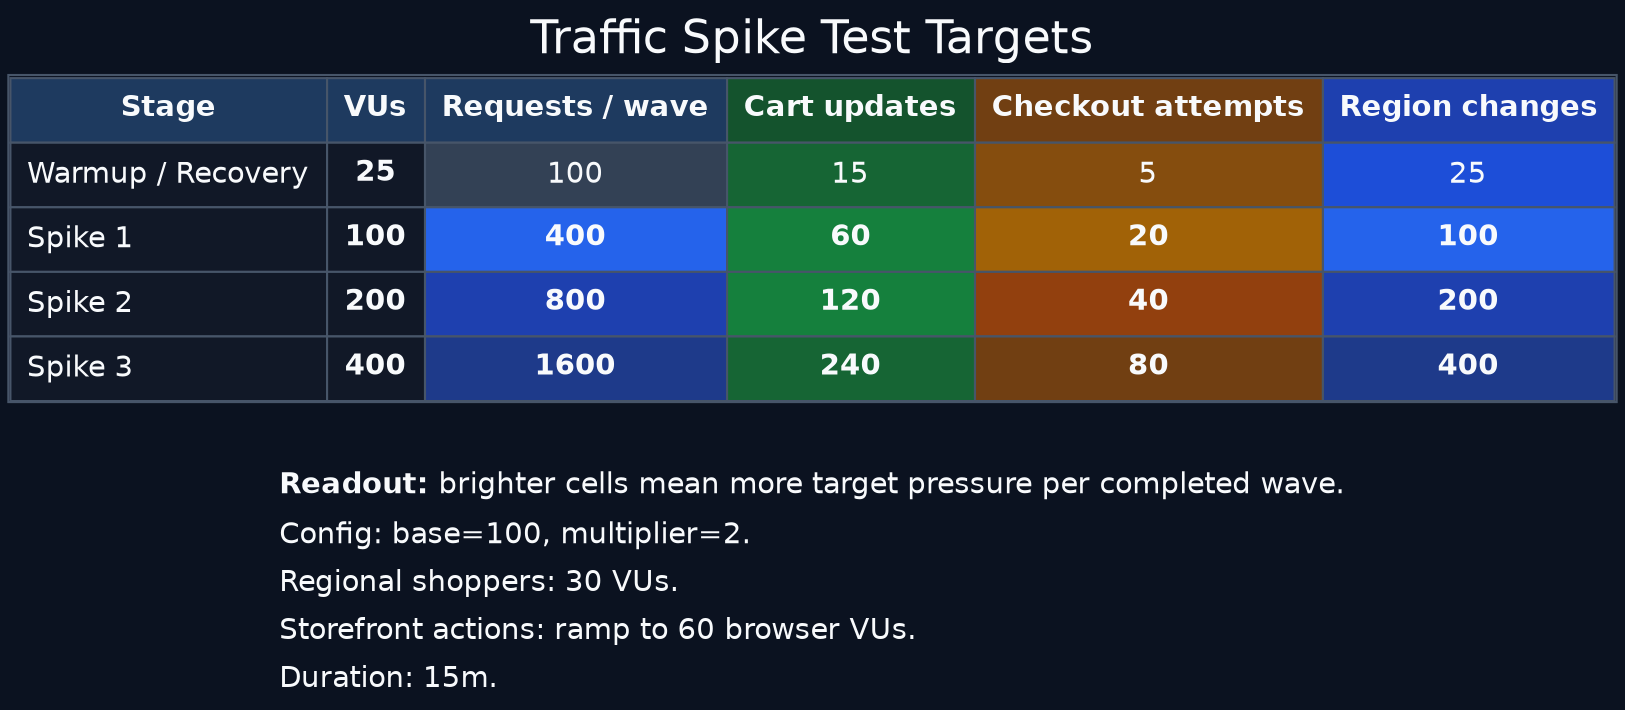
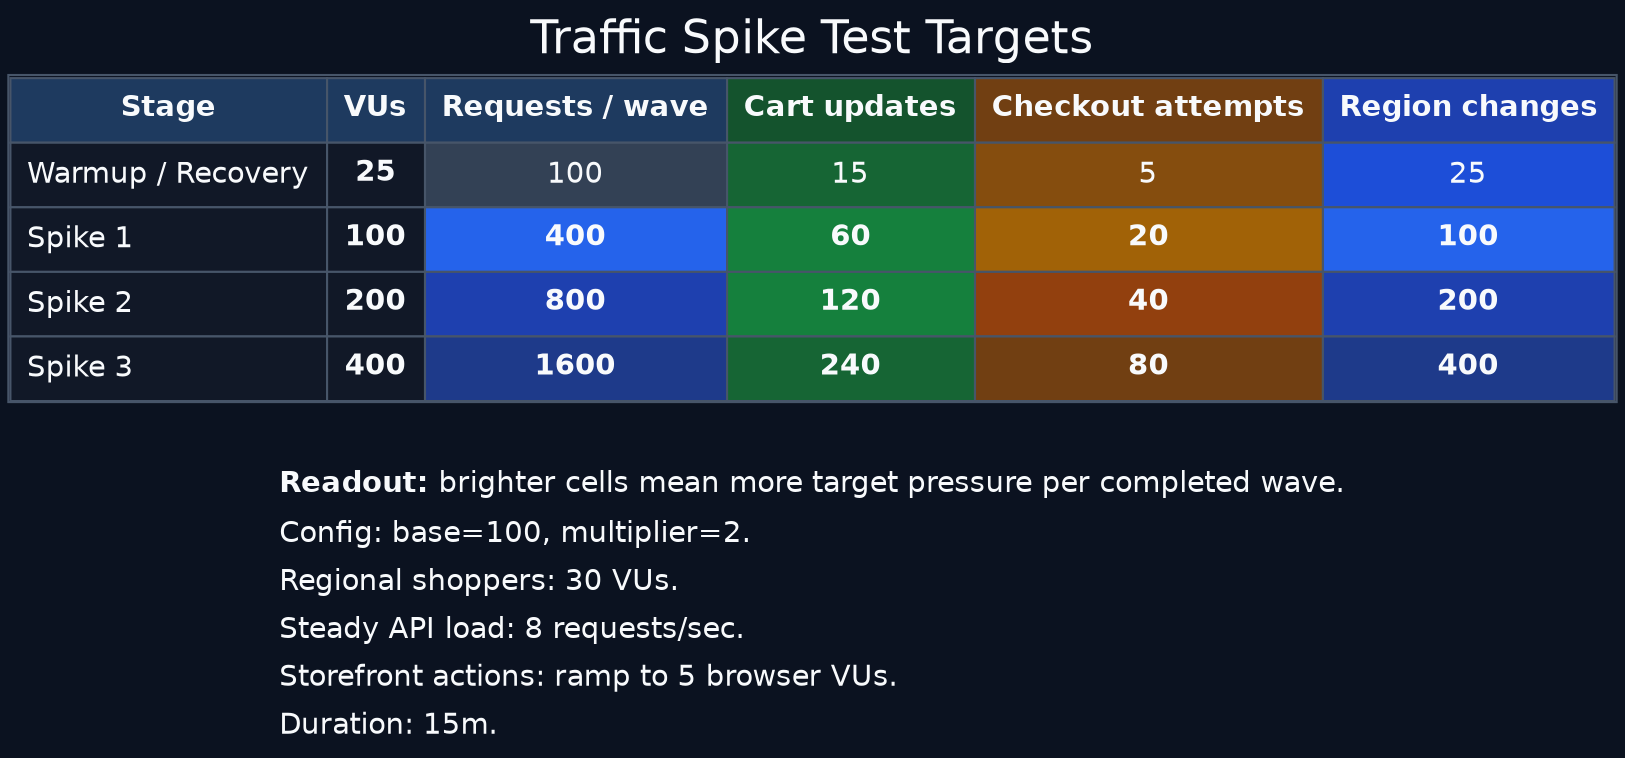
digraph traffic_spike_target_heatmap_dark {
  graph [rankdir=TB, labelloc=t, label="Traffic Spike Test Targets", bgcolor="#0b1220", fontcolor="#f8fafc", fontsize=22, fontname="Helvetica", nodesep=0.35, ranksep=0.4];
  node [shape=plain, fontname="Helvetica", fontcolor="#f8fafc"];
  edge [style=invis];

  target_heatmap [label=<
    <TABLE BORDER="1" CELLBORDER="1" CELLSPACING="0" CELLPADDING="7" COLOR="#475569">
      <TR><TD BGCOLOR="#1e3a5f"><FONT COLOR="#f8fafc"><B>Stage</B></FONT></TD><TD BGCOLOR="#1e3a5f"><FONT COLOR="#f8fafc"><B>VUs</B></FONT></TD><TD BGCOLOR="#1e3a5f"><FONT COLOR="#f8fafc"><B>Requests / wave</B></FONT></TD><TD BGCOLOR="#14532d"><FONT COLOR="#f8fafc"><B>Cart updates</B></FONT></TD><TD BGCOLOR="#713f12"><FONT COLOR="#f8fafc"><B>Checkout attempts</B></FONT></TD><TD BGCOLOR="#1e40af"><FONT COLOR="#f8fafc"><B>Region changes</B></FONT></TD></TR>
      <TR><TD ALIGN="LEFT" BGCOLOR="#111827"><FONT COLOR="#f8fafc">Warmup / Recovery</FONT></TD><TD BGCOLOR="#111827"><FONT COLOR="#f8fafc"><B>25</B></FONT></TD><TD BGCOLOR="#334155"><FONT COLOR="#f8fafc">100</FONT></TD><TD BGCOLOR="#166534"><FONT COLOR="#f8fafc">15</FONT></TD><TD BGCOLOR="#854d0e"><FONT COLOR="#f8fafc">5</FONT></TD><TD BGCOLOR="#1d4ed8"><FONT COLOR="#f8fafc">25</FONT></TD></TR>
      <TR><TD ALIGN="LEFT" BGCOLOR="#111827"><FONT COLOR="#f8fafc">Spike 1</FONT></TD><TD BGCOLOR="#111827"><FONT COLOR="#f8fafc"><B>100</B></FONT></TD><TD BGCOLOR="#2563eb"><FONT COLOR="#f8fafc"><B>400</B></FONT></TD><TD BGCOLOR="#15803d"><FONT COLOR="#f8fafc"><B>60</B></FONT></TD><TD BGCOLOR="#a16207"><FONT COLOR="#f8fafc"><B>20</B></FONT></TD><TD BGCOLOR="#2563eb"><FONT COLOR="#f8fafc"><B>100</B></FONT></TD></TR>
      <TR><TD ALIGN="LEFT" BGCOLOR="#111827"><FONT COLOR="#f8fafc">Spike 2</FONT></TD><TD BGCOLOR="#111827"><FONT COLOR="#f8fafc"><B>200</B></FONT></TD><TD BGCOLOR="#1e40af"><FONT COLOR="#f8fafc"><B>800</B></FONT></TD><TD BGCOLOR="#15803d"><FONT COLOR="#f8fafc"><B>120</B></FONT></TD><TD BGCOLOR="#92400e"><FONT COLOR="#f8fafc"><B>40</B></FONT></TD><TD BGCOLOR="#1e40af"><FONT COLOR="#f8fafc"><B>200</B></FONT></TD></TR>
      <TR><TD ALIGN="LEFT" BGCOLOR="#111827"><FONT COLOR="#f8fafc">Spike 3</FONT></TD><TD BGCOLOR="#111827"><FONT COLOR="#f8fafc"><B>400</B></FONT></TD><TD BGCOLOR="#1e3a8a"><FONT COLOR="#f8fafc"><B>1600</B></FONT></TD><TD BGCOLOR="#166534"><FONT COLOR="#f8fafc"><B>240</B></FONT></TD><TD BGCOLOR="#713f12"><FONT COLOR="#f8fafc"><B>80</B></FONT></TD><TD BGCOLOR="#1e3a8a"><FONT COLOR="#f8fafc"><B>400</B></FONT></TD></TR>
    </TABLE>
  >];

  target_note [label=<
    <TABLE BORDER="0" CELLBORDER="0" CELLSPACING="0" CELLPADDING="4">
      <TR><TD ALIGN="LEFT"><FONT COLOR="#f8fafc"><B>Readout:</B> brighter cells mean more target pressure per completed wave.</FONT></TD></TR>
      <TR><TD ALIGN="LEFT"><FONT COLOR="#f8fafc">Config: base=100, multiplier=2.</FONT></TD></TR>
      <TR><TD ALIGN="LEFT"><FONT COLOR="#f8fafc">Regional shoppers: 30 VUs.</FONT></TD></TR>
-       <TR><TD ALIGN="LEFT"><FONT COLOR="#f8fafc">Storefront actions: ramp to 60 browser VUs.</FONT></TD></TR>
+       <TR><TD ALIGN="LEFT"><FONT COLOR="#f8fafc">Steady API load: 8 requests/sec.</FONT></TD></TR>
+       <TR><TD ALIGN="LEFT"><FONT COLOR="#f8fafc">Storefront actions: ramp to 5 browser VUs.</FONT></TD></TR>
      <TR><TD ALIGN="LEFT"><FONT COLOR="#f8fafc">Duration: 15m.</FONT></TD></TR>
    </TABLE>
  >];

  target_heatmap -> target_note;
}
